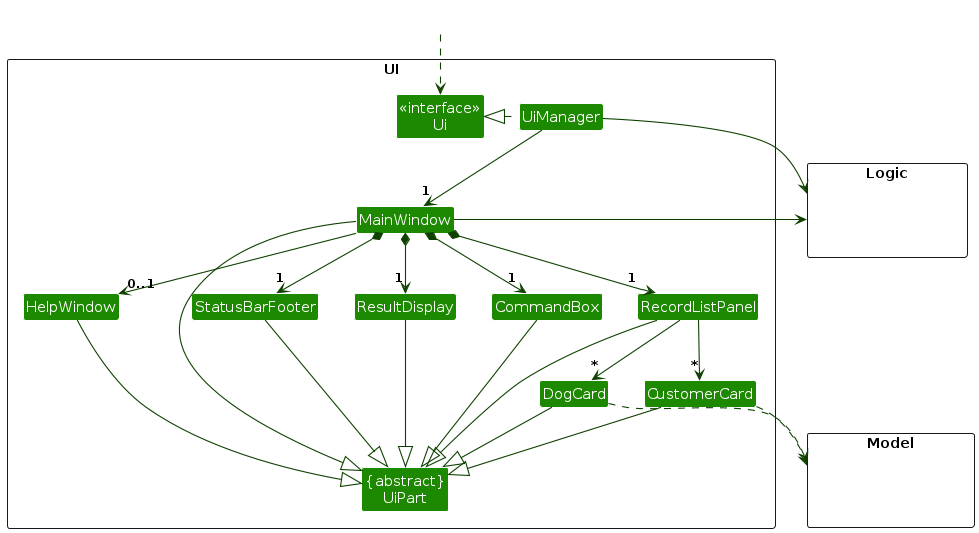
Before: diagrams/UiClassDiagram.png, a diagram exported from PlantUML (AY2627S1-CS2103T-T15-4/tp). Its source is kept beside it as diagrams/UiClassDiagram.puml.
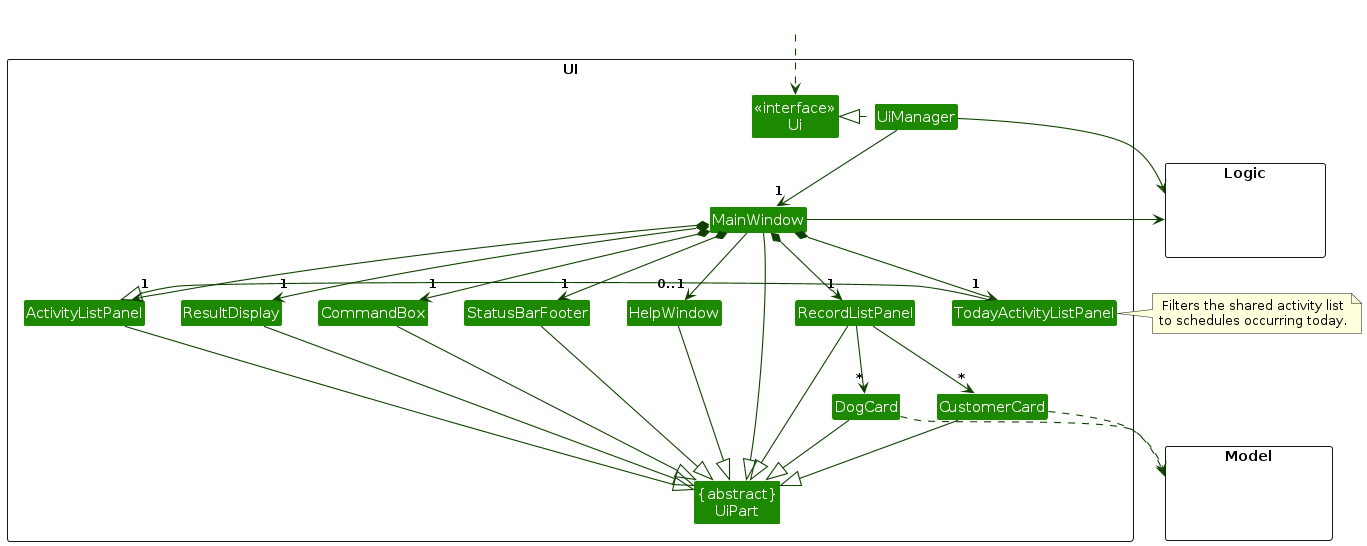
After the commit.

The edit, as a diff of the source:
```diff
@@ -12,6 +12,8 @@
 Class HelpWindow
 Class ResultDisplay
 Class RecordListPanel
+Class ActivityListPanel
+Class TodayActivityListPanel
 Class CustomerCard
 Class DogCard
 Class StatusBarFooter
@@ -34,17 +36,21 @@
 MainWindow *-down->  "1" CommandBox
 MainWindow *-down-> "1" ResultDisplay
 MainWindow *-down-> "1" RecordListPanel
+MainWindow *-down-> "1" ActivityListPanel
+MainWindow *-down-> "1" TodayActivityListPanel
 MainWindow *-down-> "1" StatusBarFooter
 MainWindow --> "0..1" HelpWindow
 
 RecordListPanel -down-> "*" CustomerCard
 RecordListPanel --> "*" DogCard
+TodayActivityListPanel --|> ActivityListPanel
 
 MainWindow -left-|> UiPart
 
 ResultDisplay --|> UiPart
 CommandBox --|> UiPart
 RecordListPanel --|> UiPart
+ActivityListPanel --|> UiPart
 CustomerCard --|> UiPart
 DogCard --|> UiPart
 StatusBarFooter --|> UiPart
@@ -56,9 +62,15 @@
 MainWindow -left-> Logic
 
 RecordListPanel -[hidden]left- HelpWindow
+TodayActivityListPanel -[hidden]right- ActivityListPanel
 HelpWindow -[hidden]left- CommandBox
 CommandBox -[hidden]left- ResultDisplay
 ResultDisplay -[hidden]left- StatusBarFooter
 
 MainWindow -[hidden]-|> UiPart
+
+note right of TodayActivityListPanel
+  Filters the shared activity list
+  to schedules occurring today.
+end note
 @enduml
```
